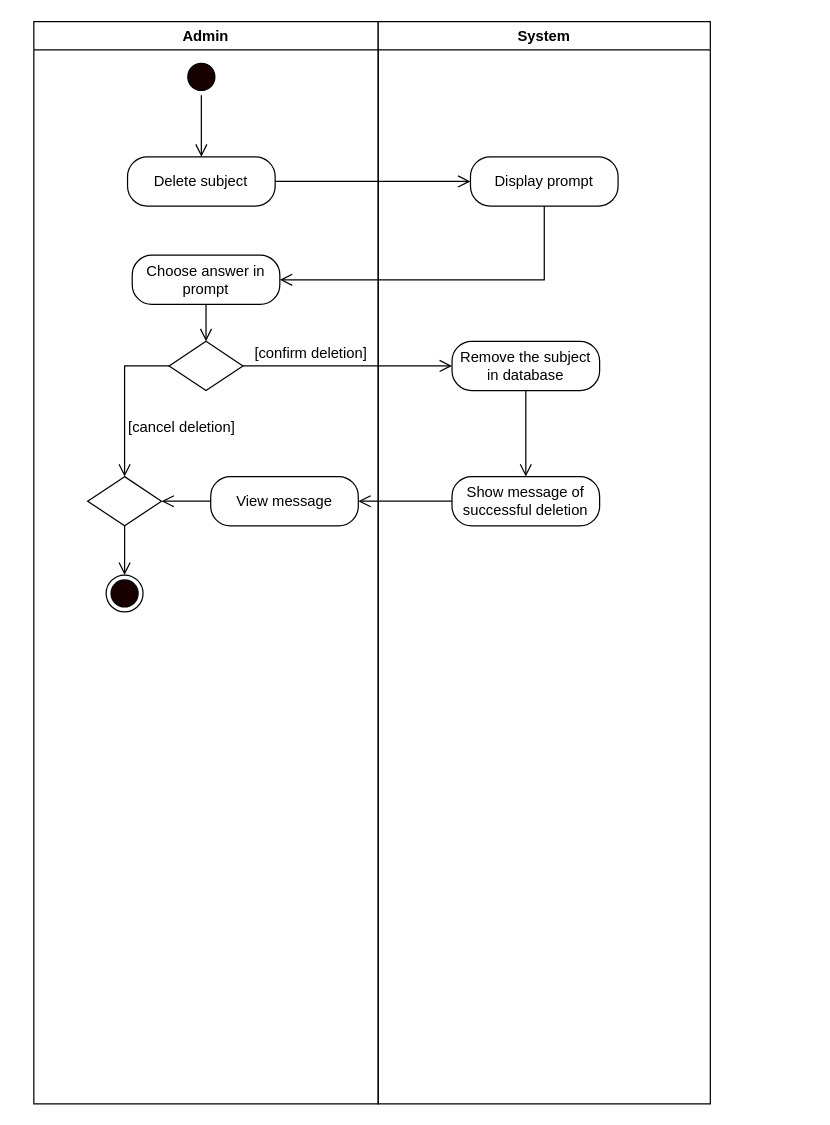
Earlier version of the draw.io diagram page "Delete Subject" (3 of 12) of REVISIONS/UML-DIAGRAMS/6-28-2021/ACTIVITY DIAGRAM/ACTIVITY DIAGRAM2.drawio (mrklglsn/CAPSTONE-FILES). Source tidied: cells renumbered, new cells numbered last; positions are measured from the earlier drawing's top-left corner, leaving out a move shared by most shapes. Both pictures are drawn from the tidied source at 123%, with x=0, y=0 at pixel (33, 21).
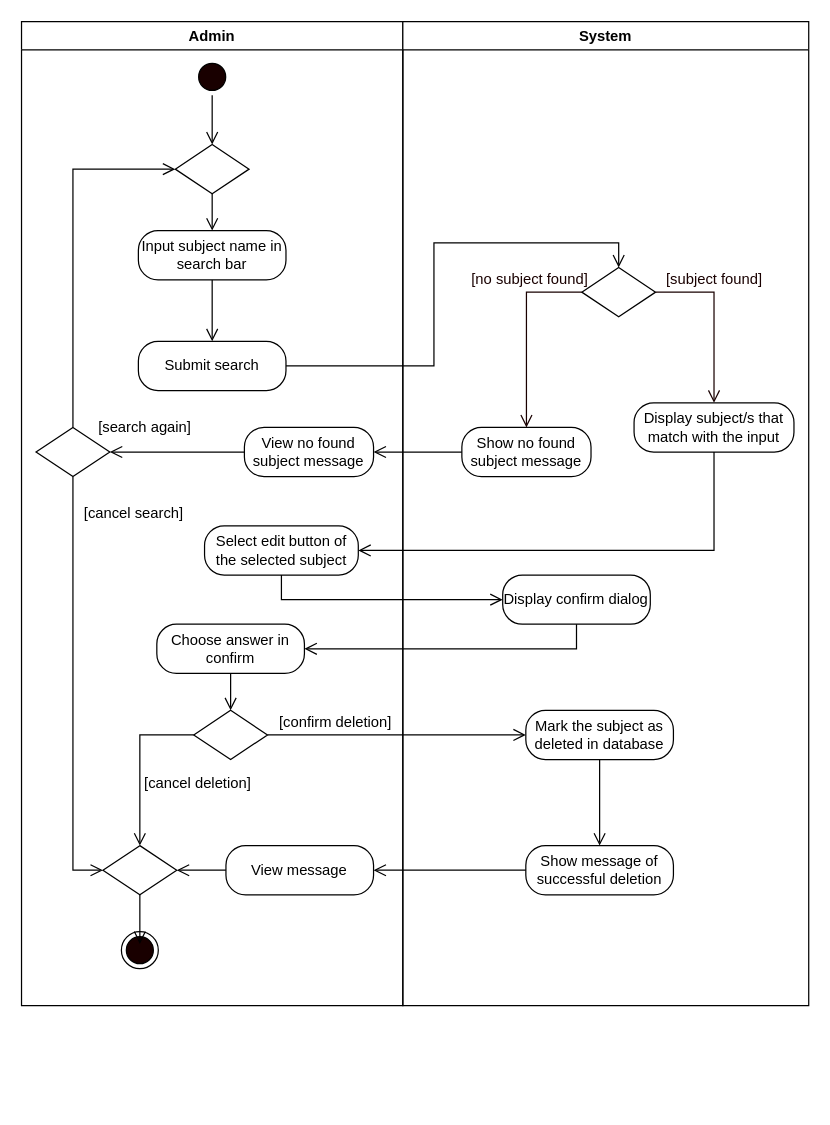
After the change.

What changed in the source:
```diff
@@
     <mxCell id="2" value="Admin" style="swimlane;startSize=23;" parent="1" vertex="1">
-      <mxGeometry width="280" height="880" as="geometry" />
+      <mxGeometry x="-10" width="310" height="800" as="geometry" />
     </mxCell>
-    <mxCell id="3" style="edgeStyle=orthogonalEdgeStyle;rounded=0;jettySize=auto;html=1;exitX=0.5;exitY=1;exitDx=0;exitDy=0;entryX=0.5;entryY=0;entryDx=0;entryDy=0;endArrow=open;endFill=0;endSize=8;" parent="2" edge="1" source="4">
-      <mxGeometry relative="1" as="geometry">
-        <mxPoint x="136.2" y="110" as="targetPoint" />
-      </mxGeometry>
+    <mxCell id="3" style="edgeStyle=orthogonalEdgeStyle;rounded=0;jettySize=auto;html=1;exitX=0.5;exitY=1;exitDx=0;exitDy=0;entryX=0.5;entryY=0;entryDx=0;entryDy=0;endArrow=open;endFill=0;endSize=8;" parent="2" edge="1" source="4" target="28">
+      <mxGeometry relative="1" as="geometry" />
     </mxCell>
     <mxCell id="4" style="ellipse;html=1;shape=startState;fillColor=#190000;" parent="2" vertex="1">
-      <mxGeometry x="121.2" y="30" width="30" height="30" as="geometry" />
+      <mxGeometry x="140" y="30" width="30" height="30" as="geometry" />
     </mxCell>
-    <mxCell id="5" value="Delete subject" style="rounded=1;whiteSpace=wrap;html=1;arcSize=40;" parent="2" vertex="1">
-      <mxGeometry x="76.2" y="110" width="120" height="40" as="geometry" />
-    </mxCell>
-    <mxCell id="6" style="edgeStyle=orthogonalEdgeStyle;rounded=0;jettySize=auto;html=1;exitX=0;exitY=0.5;exitDx=0;exitDy=0;endArrow=open;endFill=0;endSize=8;" parent="2" edge="1" source="7" target="12">
-      <mxGeometry relative="1" as="geometry" />
-    </mxCell>
     <mxCell id="7" style="rhombus;whiteSpace=wrap;html=1;" parent="2" vertex="1">
-      <mxGeometry x="110" y="260" width="60" height="40" as="geometry" />
+      <mxGeometry x="140" y="560" width="60" height="40" as="geometry" />
     </mxCell>
     <mxCell id="8" value="[confirm deletion]" style="text;html=1;align=center;verticalAlign=middle;strokeColor=none;" parent="2" vertex="1">
-      <mxGeometry x="170" y="260" width="110" height="20" as="geometry" />
+      <mxGeometry x="200" y="560" width="110" height="20" as="geometry" />
     </mxCell>
     <mxCell id="9" value="[cancel deletion]" style="text;html=1;align=center;verticalAlign=middle;strokeColor=none;" parent="2" vertex="1">
-      <mxGeometry x="70" y="320" width="100" height="20" as="geometry" />
+      <mxGeometry x="92.5" y="610" width="100" height="20" as="geometry" />
     </mxCell>
     <mxCell id="10" style="ellipse;html=1;shape=endState;fillColor=#190000;" parent="2" vertex="1">
-      <mxGeometry x="58.8" y="450" width="30" height="30" as="geometry" />
+      <mxGeometry x="81.2" y="740" width="30" height="30" as="geometry" />
     </mxCell>
-    <mxCell id="11" style="edgeStyle=orthogonalEdgeStyle;rounded=0;jettySize=auto;html=1;exitX=0.5;exitY=1;exitDx=0;exitDy=0;endArrow=open;endFill=0;endSize=8;" parent="2" edge="1" source="12" target="10">
-      <mxGeometry relative="1" as="geometry" />
+    <mxCell id="11" style="edgeStyle=orthogonalEdgeStyle;rounded=0;jettySize=auto;html=1;exitX=0.5;exitY=1;exitDx=0;exitDy=0;endArrow=open;endFill=0;endSize=8;" parent="2" edge="1" source="12">
+      <mxGeometry relative="1" as="geometry">
+        <mxPoint x="96.2" y="750" as="targetPoint" />
+      </mxGeometry>
     </mxCell>
     <mxCell id="12" style="rhombus;whiteSpace=wrap;html=1;" parent="2" vertex="1">
-      <mxGeometry x="43.8" y="370" width="60" height="40" as="geometry" />
+      <mxGeometry x="66.2" y="670" width="60" height="40" as="geometry" />
     </mxCell>
+    <mxCell id="6" style="edgeStyle=orthogonalEdgeStyle;rounded=0;jettySize=auto;html=1;exitX=0;exitY=0.5;exitDx=0;exitDy=0;endArrow=open;endFill=0;endSize=8;" parent="2" edge="1" source="7" target="12">
+      <mxGeometry relative="1" as="geometry" />
+    </mxCell>
@@
     <mxCell id="14" value="View message" style="rounded=1;whiteSpace=wrap;html=1;arcSize=40;" parent="2" vertex="1">
-      <mxGeometry x="143.8" y="370" width="120" height="40" as="geometry" />
+      <mxGeometry x="166.2" y="670" width="120" height="40" as="geometry" />
     </mxCell>
@@
-    <mxCell id="16" value="Choose answer in prompt" style="rounded=1;whiteSpace=wrap;html=1;arcSize=40;" parent="2" vertex="1">
-      <mxGeometry x="80" y="190" width="120" height="40" as="geometry" />
+    <mxCell id="16" value="Choose answer in confirm" style="rounded=1;whiteSpace=wrap;html=1;arcSize=40;" parent="2" vertex="1">
+      <mxGeometry x="110" y="490" width="120" height="40" as="geometry" />
     </mxCell>
+    <mxCell id="26" style="edgeStyle=orthogonalEdgeStyle;rounded=0;jettySize=auto;html=1;exitX=0.5;exitY=1;exitDx=0;exitDy=0;endArrow=open;endFill=0;endSize=8;" parent="2" edge="1" source="27" target="38">
+      <mxGeometry relative="1" as="geometry" />
+    </mxCell>
+    <mxCell id="27" value="Input subject name in search bar" style="rounded=1;whiteSpace=wrap;html=1;arcSize=40;" parent="2" vertex="1">
+      <mxGeometry x="95" y="170" width="120" height="40" as="geometry" />
+    </mxCell>
+    <mxCell id="28" style="rhombus;whiteSpace=wrap;html=1;" parent="2" vertex="1">
+      <mxGeometry x="125" y="100" width="60" height="40" as="geometry" />
+    </mxCell>
+    <mxCell id="29" style="edgeStyle=orthogonalEdgeStyle;rounded=0;jettySize=auto;html=1;exitX=0.5;exitY=1;exitDx=0;exitDy=0;entryX=0.5;entryY=0;entryDx=0;entryDy=0;endArrow=open;endFill=0;endSize=8;" parent="2" edge="1" source="28" target="27">
+      <mxGeometry relative="1" as="geometry" />
+    </mxCell>
+    <mxCell id="30" value="[cancel search]" style="text;html=1;align=center;verticalAlign=middle;strokeColor=none;rotation=0;" parent="2" vertex="1">
+      <mxGeometry x="40.8" y="390" width="100" height="20" as="geometry" />
+    </mxCell>
+    <mxCell id="31" value="View no found subject message" style="rounded=1;whiteSpace=wrap;html=1;arcSize=40;" parent="2" vertex="1">
+      <mxGeometry x="181.2" y="330" width="105" height="40" as="geometry" />
+    </mxCell>
+    <mxCell id="32" style="rhombus;whiteSpace=wrap;html=1;" parent="2" vertex="1">
+      <mxGeometry x="11.8" y="330" width="60" height="40" as="geometry" />
+    </mxCell>
+    <mxCell id="33" style="edgeStyle=orthogonalEdgeStyle;rounded=0;jettySize=auto;html=1;exitX=0.5;exitY=0;exitDx=0;exitDy=0;entryX=0;entryY=0.5;entryDx=0;entryDy=0;endArrow=open;endFill=0;endSize=8;" parent="2" edge="1" source="32" target="28">
+      <mxGeometry relative="1" as="geometry" />
+    </mxCell>
+    <mxCell id="34" value="[search again]" style="text;html=1;align=center;verticalAlign=middle;strokeColor=none;rotation=0;" parent="2" vertex="1">
+      <mxGeometry x="55" y="320" width="90" height="20" as="geometry" />
+    </mxCell>
+    <mxCell id="35" value="Select edit button of the selected subject" style="rounded=1;whiteSpace=wrap;html=1;arcSize=40;" parent="2" vertex="1">
+      <mxGeometry x="148.8" y="410" width="125" height="40" as="geometry" />
+    </mxCell>
+    <mxCell id="36" style="edgeStyle=orthogonalEdgeStyle;rounded=0;jettySize=auto;html=1;exitX=0;exitY=0.5;exitDx=0;exitDy=0;entryX=1;entryY=0.5;entryDx=0;entryDy=0;endArrow=open;endFill=0;endSize=8;" parent="2" edge="1" source="31" target="32">
+      <mxGeometry relative="1" as="geometry" />
+    </mxCell>
+    <mxCell id="37" style="edgeStyle=orthogonalEdgeStyle;rounded=0;jettySize=auto;html=1;exitX=0.5;exitY=1;exitDx=0;exitDy=0;entryX=0;entryY=0.5;entryDx=0;entryDy=0;endArrow=open;endFill=0;endSize=8;" parent="2" edge="1" source="32" target="12">
+      <mxGeometry relative="1" as="geometry" />
+    </mxCell>
+    <mxCell id="38" value="Submit search" style="rounded=1;whiteSpace=wrap;html=1;arcSize=40;" parent="2" vertex="1">
+      <mxGeometry x="95" y="260" width="120" height="40" as="geometry" />
+    </mxCell>
     <mxCell id="17" value="System" style="swimlane;" parent="1" vertex="1">
-      <mxGeometry x="280" width="270" height="880" as="geometry" />
+      <mxGeometry x="300" width="330" height="800" as="geometry" />
     </mxCell>
-    <mxCell id="18" value="Display prompt" style="rounded=1;whiteSpace=wrap;html=1;arcSize=40;" parent="17" vertex="1">
-      <mxGeometry x="75" y="110" width="120" height="40" as="geometry" />
+    <mxCell id="18" value="Display confirm dialog" style="rounded=1;whiteSpace=wrap;html=1;arcSize=40;" parent="17" vertex="1">
+      <mxGeometry x="81.2" y="450" width="120" height="40" as="geometry" />
     </mxCell>
-    <mxCell id="19" style="edgeStyle=orthogonalEdgeStyle;rounded=0;jettySize=auto;html=1;exitX=0.5;exitY=1;exitDx=0;exitDy=0;endArrow=open;endFill=0;endSize=8;" parent="17" edge="1" source="20" target="21">
-      <mxGeometry relative="1" as="geometry" />
-    </mxCell>
-    <mxCell id="20" value="Remove the subject in database" style="rounded=1;whiteSpace=wrap;html=1;arcSize=40;" parent="17" vertex="1">
-      <mxGeometry x="60" y="260" width="120" height="40" as="geometry" />
+    <mxCell id="20" value="Mark the subject as deleted in database" style="rounded=1;whiteSpace=wrap;html=1;arcSize=40;" parent="17" vertex="1">
+      <mxGeometry x="100" y="560" width="120" height="40" as="geometry" />
     </mxCell>
     <mxCell id="21" value="Show message of successful deletion" style="rounded=1;whiteSpace=wrap;html=1;arcSize=40;" parent="17" vertex="1">
-      <mxGeometry x="60" y="370" width="120" height="40" as="geometry" />
+      <mxGeometry x="100" y="670" width="120" height="40" as="geometry" />
     </mxCell>
-    <mxCell id="22" style="edgeStyle=orthogonalEdgeStyle;rounded=0;jettySize=auto;html=1;exitX=1;exitY=0.5;exitDx=0;exitDy=0;endArrow=open;endFill=0;endSize=8;entryX=0;entryY=0.5;entryDx=0;entryDy=0;" parent="1" edge="1" source="5" target="18">
-      <mxGeometry relative="1" as="geometry" />
-    </mxCell>
+    <mxCell id="19" style="edgeStyle=orthogonalEdgeStyle;rounded=0;jettySize=auto;html=1;exitX=0.5;exitY=1;exitDx=0;exitDy=0;endArrow=open;endFill=0;endSize=8;" parent="17" edge="1" source="20" target="21">
+      <mxGeometry relative="1" as="geometry" />
+    </mxCell>
+    <mxCell id="39" value="Show no found subject message" style="rounded=1;whiteSpace=wrap;html=1;arcSize=40;" parent="17" vertex="1">
+      <mxGeometry x="48" y="330" width="105" height="40" as="geometry" />
+    </mxCell>
+    <mxCell id="40" style="rhombus;whiteSpace=wrap;html=1;" parent="17" vertex="1">
+      <mxGeometry x="145.5" y="200" width="60" height="40" as="geometry" />
+    </mxCell>
+    <mxCell id="41" value="&lt;font color=&quot;#190000&quot;&gt;[subject found]&lt;/font&gt;" style="text;html=1;align=center;verticalAlign=middle;strokeColor=none;fontColor=#FFFFFF;" parent="17" vertex="1">
+      <mxGeometry x="203" y="200" width="100" height="20" as="geometry" />
+    </mxCell>
+    <mxCell id="42" value="&lt;font color=&quot;#190000&quot;&gt;[no subject found]&lt;/font&gt;" style="text;html=1;align=center;verticalAlign=middle;strokeColor=none;fontColor=#FFFFFF;" parent="17" vertex="1">
+      <mxGeometry x="48" y="200" width="110" height="20" as="geometry" />
+    </mxCell>
+    <mxCell id="43" style="edgeStyle=orthogonalEdgeStyle;rounded=0;jettySize=auto;html=1;exitX=0;exitY=0.5;exitDx=0;exitDy=0;fontColor=#FFFFFF;endArrow=open;endFill=0;endSize=8;strokeColor=#190000;entryX=0.5;entryY=0;entryDx=0;entryDy=0;" parent="17" edge="1" source="40" target="39">
+      <mxGeometry relative="1" as="geometry" />
+    </mxCell>
+    <mxCell id="44" style="edgeStyle=orthogonalEdgeStyle;rounded=0;jettySize=auto;html=1;exitX=1;exitY=0.5;exitDx=0;exitDy=0;entryX=0.5;entryY=0;entryDx=0;entryDy=0;endArrow=open;endFill=0;endSize=8;" parent="1" edge="1" source="38" target="40">
+      <mxGeometry relative="1" as="geometry" />
+    </mxCell>
+    <mxCell id="45" style="edgeStyle=orthogonalEdgeStyle;rounded=0;jettySize=auto;html=1;exitX=0.5;exitY=1;exitDx=0;exitDy=0;entryX=0.5;entryY=0;entryDx=0;entryDy=0;endArrow=open;endFill=0;endSize=8;" parent="1" edge="1" source="46">
+      <mxGeometry relative="1" as="geometry">
+        <mxPoint x="553" y="350" as="targetPoint" />
+      </mxGeometry>
+    </mxCell>
+    <mxCell id="46" value="Display subject/s that match with the input" style="rounded=1;whiteSpace=wrap;html=1;arcSize=40;" parent="1" vertex="1">
+      <mxGeometry x="488" y="310" width="130" height="40" as="geometry" />
+    </mxCell>
+    <mxCell id="47" style="edgeStyle=orthogonalEdgeStyle;rounded=0;jettySize=auto;html=1;exitX=1;exitY=0.5;exitDx=0;exitDy=0;fontColor=#FFFFFF;endArrow=open;endFill=0;endSize=8;strokeColor=#190000;entryX=0.5;entryY=0;entryDx=0;entryDy=0;" parent="1" edge="1" source="40" target="46">
+      <mxGeometry relative="1" as="geometry" />
+    </mxCell>
+    <mxCell id="48" style="edgeStyle=orthogonalEdgeStyle;rounded=0;jettySize=auto;html=1;exitX=0.5;exitY=1;exitDx=0;exitDy=0;entryX=1;entryY=0.5;entryDx=0;entryDy=0;endArrow=open;endFill=0;endSize=8;" parent="1" edge="1" source="46" target="35">
+      <mxGeometry relative="1" as="geometry" />
+    </mxCell>
+    <mxCell id="49" style="edgeStyle=orthogonalEdgeStyle;rounded=0;jettySize=auto;html=1;exitX=0.5;exitY=1;exitDx=0;exitDy=0;entryX=0;entryY=0.5;entryDx=0;entryDy=0;endArrow=open;endFill=0;endSize=8;" parent="1" edge="1" source="35" target="18">
+      <mxGeometry relative="1" as="geometry" />
+    </mxCell>
@@
+    <mxCell id="50" style="edgeStyle=orthogonalEdgeStyle;rounded=0;jettySize=auto;html=1;exitX=0;exitY=0.5;exitDx=0;exitDy=0;entryX=1;entryY=0.5;entryDx=0;entryDy=0;endArrow=open;endFill=0;endSize=8;" parent="1" edge="1" source="39" target="31">
+      <mxGeometry relative="1" as="geometry" />
+    </mxCell>
```
